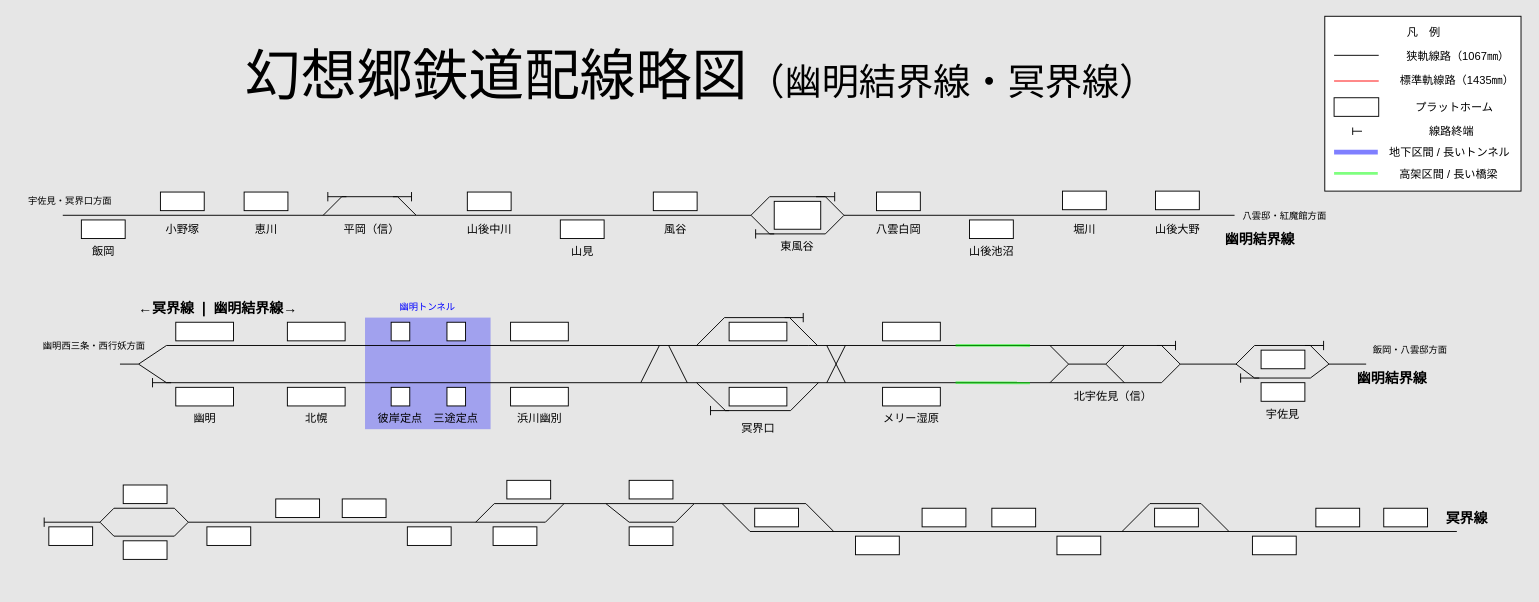
Above: resources/route design/route_design_Yakumotei-Saigyoayakashi.drawio in noname390/BVE-Gensokyo-Railway (draw.io), before the change. Source tidied: cells renumbered, new cells numbered last; positions are measured from the earlier drawing's top-left corner, leaving out a move shared by most shapes. Both pictures are drawn from the tidied source at 93%, with x=0, y=0 at pixel (15, 16).
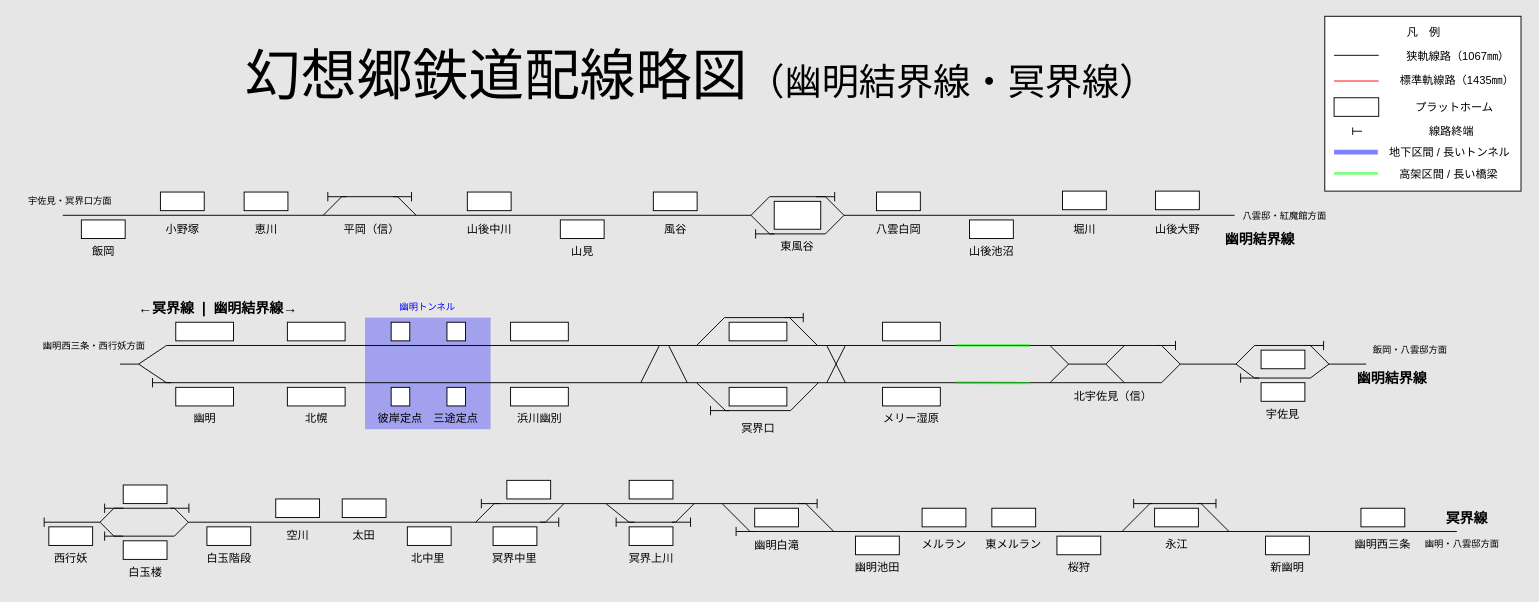
After the change.

Commit message (it also covers changes not shown here):
edit route design

The edit, as a diff of the source:
```diff
@@
     <mxCell id="113" style="rounded=0;whiteSpace=wrap;html=1;" parent="1" vertex="1">
-      <mxGeometry x="1471.4" y="529" width="47.1" height="20" as="geometry" />
+      <mxGeometry x="1446.9" y="529" width="47.1" height="20" as="geometry" />
     </mxCell>
-    <mxCell id="114" style="rounded=0;whiteSpace=wrap;html=1;" parent="1" vertex="1">
-      <mxGeometry x="1398.4" y="529" width="47.1" height="20" as="geometry" />
-    </mxCell>
     <mxCell id="115" style="rounded=0;whiteSpace=wrap;html=1;" parent="1" vertex="1">
-      <mxGeometry x="1330.2" y="559" width="47.1" height="20" as="geometry" />
+      <mxGeometry x="1344.3" y="559" width="47.1" height="20" as="geometry" />
     </mxCell>
@@
+    <mxCell id="141" value="幽明西三条" style="text;whiteSpace=wrap;html=1;align=center;" parent="1" vertex="1">
+      <mxGeometry x="1438" y="554" width="65" height="28" as="geometry" />
+    </mxCell>
+    <mxCell id="142" value="新幽明" style="text;whiteSpace=wrap;html=1;align=center;" parent="1" vertex="1">
+      <mxGeometry x="1341" y="579" width="54.1" height="28" as="geometry" />
+    </mxCell>
+    <mxCell id="143" value="西行妖" style="text;whiteSpace=wrap;html=1;align=center;" parent="1" vertex="1">
+      <mxGeometry x="32.5" y="569" width="54.1" height="28" as="geometry" />
+    </mxCell>
+    <mxCell id="144" value="白玉楼" style="text;whiteSpace=wrap;html=1;align=center;" parent="1" vertex="1">
+      <mxGeometry x="112.5" y="584" width="54.1" height="28" as="geometry" />
+    </mxCell>
+    <mxCell id="145" value="白玉階段" style="text;whiteSpace=wrap;html=1;align=center;" parent="1" vertex="1">
+      <mxGeometry x="202.5" y="569" width="54.1" height="28" as="geometry" />
+    </mxCell>
+    <mxCell id="146" value="空川" style="text;whiteSpace=wrap;html=1;align=center;" parent="1" vertex="1">
+      <mxGeometry x="276.5" y="545" width="54.1" height="28" as="geometry" />
+    </mxCell>
+    <mxCell id="147" value="太田" style="text;whiteSpace=wrap;html=1;align=center;" parent="1" vertex="1">
+      <mxGeometry x="348.1" y="545" width="54.1" height="28" as="geometry" />
+    </mxCell>
+    <mxCell id="148" value="北中里" style="text;whiteSpace=wrap;html=1;align=center;" parent="1" vertex="1">
+      <mxGeometry x="416.5" y="569" width="54.1" height="28" as="geometry" />
+    </mxCell>
+    <mxCell id="149" value="冥界中里" style="text;whiteSpace=wrap;html=1;align=center;" parent="1" vertex="1">
+      <mxGeometry x="510.2" y="569" width="54.1" height="28" as="geometry" />
+    </mxCell>
+    <mxCell id="150" value="冥界上川" style="text;whiteSpace=wrap;html=1;align=center;" parent="1" vertex="1">
+      <mxGeometry x="656.5" y="569" width="54.1" height="28" as="geometry" />
+    </mxCell>
+    <mxCell id="151" value="幽明白滝" style="text;whiteSpace=wrap;html=1;align=center;" parent="1" vertex="1">
+      <mxGeometry x="791.5" y="555" width="54.1" height="28" as="geometry" />
+    </mxCell>
+    <mxCell id="152" value="幽明池田" style="text;whiteSpace=wrap;html=1;align=center;" parent="1" vertex="1">
+      <mxGeometry x="900" y="579" width="54.1" height="28" as="geometry" />
+    </mxCell>
+    <mxCell id="153" value="メルラン" style="text;whiteSpace=wrap;html=1;align=center;" parent="1" vertex="1">
+      <mxGeometry x="971.5" y="554" width="54.1" height="28" as="geometry" />
+    </mxCell>
+    <mxCell id="154" value="東メルラン" style="text;whiteSpace=wrap;html=1;align=center;" parent="1" vertex="1">
+      <mxGeometry x="1041.3" y="554" width="64.6" height="28" as="geometry" />
+    </mxCell>
+    <mxCell id="155" value="桜狩" style="text;whiteSpace=wrap;html=1;align=center;" parent="1" vertex="1">
+      <mxGeometry x="1116.5" y="579" width="54.1" height="28" as="geometry" />
+    </mxCell>
+    <mxCell id="156" value="永江" style="text;whiteSpace=wrap;html=1;align=center;" parent="1" vertex="1">
+      <mxGeometry x="1221.5" y="554" width="54.1" height="28" as="geometry" />
+    </mxCell>
+    <mxCell id="157" value="&lt;font style=&quot;font-size: 10px;&quot;&gt;幽明・八雲邸方面&lt;/font&gt;" style="text;strokeColor=none;align=center;fillColor=none;html=1;verticalAlign=middle;whiteSpace=wrap;rounded=0;" parent="1" vertex="1">
+      <mxGeometry x="1506" y="552" width="100" height="30" as="geometry" />
+    </mxCell>
+    <mxCell id="158" style="endArrow=none;html=1;rounded=0;" parent="1" edge="1">
+      <mxGeometry relative="1" as="geometry">
+        <mxPoint x="1202.5" y="524" as="sourcePoint" />
+        <mxPoint x="1222.5" y="524" as="targetPoint" />
+      </mxGeometry>
+    </mxCell>
+    <mxCell id="159" style="endArrow=none;html=1;rounded=0;" parent="1" edge="1">
+      <mxGeometry relative="1" as="geometry">
+        <mxPoint x="1202.5" y="519" as="sourcePoint" />
+        <mxPoint x="1202.5" y="529" as="targetPoint" />
+      </mxGeometry>
+    </mxCell>
+    <mxCell id="160" style="endArrow=none;html=1;rounded=0;" parent="1" edge="1">
+      <mxGeometry relative="1" as="geometry">
+        <mxPoint x="1271" y="524" as="sourcePoint" />
+        <mxPoint x="1291" y="524" as="targetPoint" />
+      </mxGeometry>
+    </mxCell>
+    <mxCell id="161" style="endArrow=none;html=1;rounded=0;" parent="1" edge="1">
+      <mxGeometry relative="1" as="geometry">
+        <mxPoint x="1291" y="519" as="sourcePoint" />
+        <mxPoint x="1291" y="529" as="targetPoint" />
+      </mxGeometry>
+    </mxCell>
+    <mxCell id="162" style="endArrow=none;html=1;rounded=0;" parent="1" edge="1">
+      <mxGeometry relative="1" as="geometry">
+        <mxPoint x="842.1" y="524" as="sourcePoint" />
+        <mxPoint x="862.1" y="524" as="targetPoint" />
+      </mxGeometry>
+    </mxCell>
+    <mxCell id="163" style="endArrow=none;html=1;rounded=0;" parent="1" edge="1">
+      <mxGeometry relative="1" as="geometry">
+        <mxPoint x="862.1" y="519" as="sourcePoint" />
+        <mxPoint x="862.1" y="529" as="targetPoint" />
+      </mxGeometry>
+    </mxCell>
+    <mxCell id="164" style="endArrow=none;html=1;rounded=0;" parent="1" edge="1">
+      <mxGeometry relative="1" as="geometry">
+        <mxPoint x="706" y="544" as="sourcePoint" />
+        <mxPoint x="726" y="544" as="targetPoint" />
+      </mxGeometry>
+    </mxCell>
+    <mxCell id="165" style="endArrow=none;html=1;rounded=0;" parent="1" edge="1">
+      <mxGeometry relative="1" as="geometry">
+        <mxPoint x="726" y="539" as="sourcePoint" />
+        <mxPoint x="726" y="549" as="targetPoint" />
+      </mxGeometry>
+    </mxCell>
+    <mxCell id="166" style="endArrow=none;html=1;rounded=0;" parent="1" edge="1">
+      <mxGeometry relative="1" as="geometry">
+        <mxPoint x="564.3" y="544" as="sourcePoint" />
+        <mxPoint x="584.3" y="544" as="targetPoint" />
+      </mxGeometry>
+    </mxCell>
+    <mxCell id="167" style="endArrow=none;html=1;rounded=0;" parent="1" edge="1">
+      <mxGeometry relative="1" as="geometry">
+        <mxPoint x="584.3" y="539" as="sourcePoint" />
+        <mxPoint x="584.3" y="549" as="targetPoint" />
+      </mxGeometry>
+    </mxCell>
+    <mxCell id="168" style="endArrow=none;html=1;rounded=0;" parent="1" edge="1">
+      <mxGeometry relative="1" as="geometry">
+        <mxPoint x="166.6" y="529" as="sourcePoint" />
+        <mxPoint x="186.6" y="529" as="targetPoint" />
+      </mxGeometry>
+    </mxCell>
+    <mxCell id="169" style="endArrow=none;html=1;rounded=0;" parent="1" edge="1">
+      <mxGeometry relative="1" as="geometry">
+        <mxPoint x="186.6" y="524" as="sourcePoint" />
+        <mxPoint x="186.6" y="534" as="targetPoint" />
+      </mxGeometry>
+    </mxCell>
+    <mxCell id="170" style="endArrow=none;html=1;rounded=0;" parent="1" edge="1">
+      <mxGeometry relative="1" as="geometry">
+        <mxPoint x="96" y="559" as="sourcePoint" />
+        <mxPoint x="116" y="559" as="targetPoint" />
+      </mxGeometry>
+    </mxCell>
+    <mxCell id="171" style="endArrow=none;html=1;rounded=0;" parent="1" edge="1">
+      <mxGeometry relative="1" as="geometry">
+        <mxPoint x="96" y="554" as="sourcePoint" />
+        <mxPoint x="96" y="564" as="targetPoint" />
+      </mxGeometry>
+    </mxCell>
+    <mxCell id="172" style="endArrow=none;html=1;rounded=0;" parent="1" edge="1">
+      <mxGeometry relative="1" as="geometry">
+        <mxPoint x="96" y="529" as="sourcePoint" />
+        <mxPoint x="116" y="529" as="targetPoint" />
+      </mxGeometry>
+    </mxCell>
+    <mxCell id="173" style="endArrow=none;html=1;rounded=0;" parent="1" edge="1">
+      <mxGeometry relative="1" as="geometry">
+        <mxPoint x="96" y="524" as="sourcePoint" />
+        <mxPoint x="96" y="534" as="targetPoint" />
+      </mxGeometry>
+    </mxCell>
+    <mxCell id="174" style="endArrow=none;html=1;rounded=0;" parent="1" edge="1">
+      <mxGeometry relative="1" as="geometry">
+        <mxPoint x="501.1" y="524" as="sourcePoint" />
+        <mxPoint x="521.1" y="524" as="targetPoint" />
+      </mxGeometry>
+    </mxCell>
+    <mxCell id="175" style="endArrow=none;html=1;rounded=0;" parent="1" edge="1">
+      <mxGeometry relative="1" as="geometry">
+        <mxPoint x="501.1" y="519" as="sourcePoint" />
+        <mxPoint x="501.1" y="529" as="targetPoint" />
+      </mxGeometry>
+    </mxCell>
+    <mxCell id="176" style="endArrow=none;html=1;rounded=0;" parent="1" edge="1">
+      <mxGeometry relative="1" as="geometry">
+        <mxPoint x="646" y="544" as="sourcePoint" />
+        <mxPoint x="666" y="544" as="targetPoint" />
+      </mxGeometry>
+    </mxCell>
+    <mxCell id="177" style="endArrow=none;html=1;rounded=0;" parent="1" edge="1">
+      <mxGeometry relative="1" as="geometry">
+        <mxPoint x="646" y="539" as="sourcePoint" />
+        <mxPoint x="646" y="549" as="targetPoint" />
+      </mxGeometry>
+    </mxCell>
+    <mxCell id="178" style="endArrow=none;html=1;rounded=0;" parent="1" edge="1">
+      <mxGeometry relative="1" as="geometry">
+        <mxPoint x="775" y="554" as="sourcePoint" />
+        <mxPoint x="795" y="554" as="targetPoint" />
+      </mxGeometry>
+    </mxCell>
+    <mxCell id="179" style="endArrow=none;html=1;rounded=0;" parent="1" edge="1">
+      <mxGeometry relative="1" as="geometry">
+        <mxPoint x="775" y="549" as="sourcePoint" />
+        <mxPoint x="775" y="559" as="targetPoint" />
+      </mxGeometry>
+    </mxCell>
```
